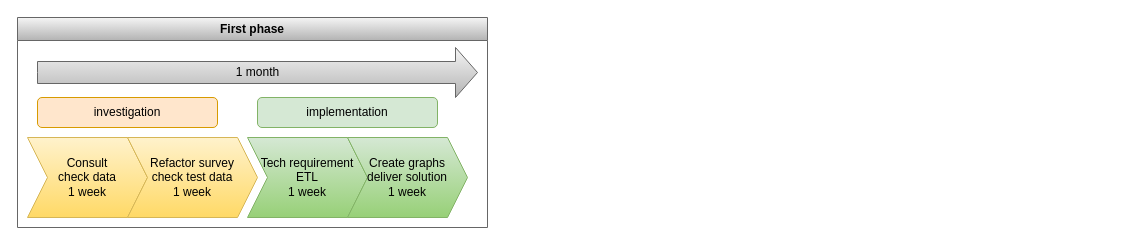
The draw.io diagram page "1st full" (1 of 4) of BI_projects/GHR1on1/timeline.drawio in tiffley/openCV, before the edit. Source tidied: cells renumbered, new cells numbered last; positions are measured from the earlier drawing's top-left corner, leaving out a move shared by most shapes. Both pictures are drawn from the tidied source at 100%, with x=0, y=0 at pixel (17, 17).
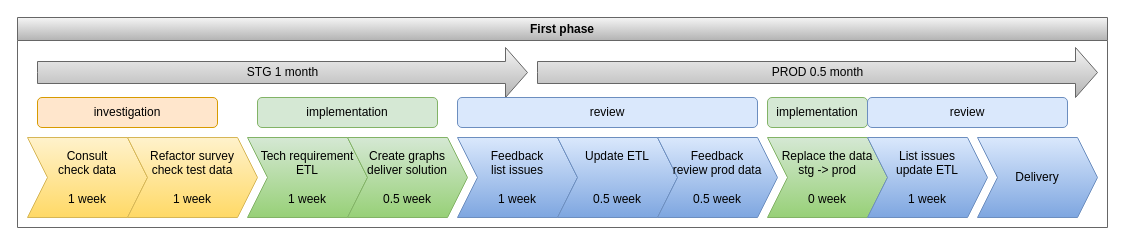
After the change.

Change to the diagram source:
```diff
@@
 <mxGraphModel>
   <root>
     <mxCell id="0" />
     <mxCell id="1" parent="0" />
     <mxCell id="2" value="First phase" style="swimlane;whiteSpace=wrap;html=1;fillColor=#f5f5f5;gradientColor=#b3b3b3;strokeColor=#666666;" parent="1" vertex="1">
-      <mxGeometry width="470" height="210" as="geometry" />
+      <mxGeometry width="1090" height="210" as="geometry" />
     </mxCell>
-    <mxCell id="3" value="Consult&lt;br&gt;check data&lt;br&gt;1 week" style="shape=step;perimeter=stepPerimeter;whiteSpace=wrap;html=1;fixedSize=1;fillColor=#fff2cc;strokeColor=#d6b656;gradientColor=#ffd966;" parent="2" vertex="1">
+    <mxCell id="3" value="Consult&lt;br&gt;check data&lt;br&gt;&lt;br&gt;1 week" style="shape=step;perimeter=stepPerimeter;whiteSpace=wrap;html=1;fixedSize=1;fillColor=#fff2cc;strokeColor=#d6b656;gradientColor=#ffd966;" parent="2" vertex="1">
       <mxGeometry x="10" y="120" width="120" height="80" as="geometry" />
     </mxCell>
-    <mxCell id="4" value="Refactor survey&lt;br&gt;check test data&lt;br&gt;1 week" style="shape=step;perimeter=stepPerimeter;whiteSpace=wrap;html=1;fixedSize=1;fillColor=#fff2cc;strokeColor=#d6b656;gradientColor=#ffd966;" parent="2" vertex="1">
+    <mxCell id="4" value="Refactor survey&lt;br&gt;check test data&lt;br&gt;&lt;br&gt;1 week" style="shape=step;perimeter=stepPerimeter;whiteSpace=wrap;html=1;fixedSize=1;fillColor=#fff2cc;strokeColor=#d6b656;gradientColor=#ffd966;" parent="2" vertex="1">
       <mxGeometry x="110" y="120" width="130" height="80" as="geometry" />
     </mxCell>
-    <mxCell id="5" value="Tech requirement&lt;br&gt;ETL&lt;br&gt;1 week" style="shape=step;perimeter=stepPerimeter;whiteSpace=wrap;html=1;fixedSize=1;fillColor=#d5e8d4;strokeColor=#82b366;gradientColor=#97d077;" parent="2" vertex="1">
+    <mxCell id="5" value="Tech requirement&lt;br&gt;ETL&lt;br&gt;&lt;br&gt;1 week" style="shape=step;perimeter=stepPerimeter;whiteSpace=wrap;html=1;fixedSize=1;fillColor=#d5e8d4;strokeColor=#82b366;gradientColor=#97d077;" parent="2" vertex="1">
       <mxGeometry x="230" y="120" width="120" height="80" as="geometry" />
     </mxCell>
-    <mxCell id="6" value="Create graphs&lt;br&gt;deliver solution&lt;br&gt;1 week" style="shape=step;perimeter=stepPerimeter;whiteSpace=wrap;html=1;fixedSize=1;fillColor=#d5e8d4;strokeColor=#82b366;gradientColor=#97d077;" parent="2" vertex="1">
+    <mxCell id="6" value="Create graphs&lt;br&gt;deliver solution&lt;br&gt;&lt;br&gt;0.5 week" style="shape=step;perimeter=stepPerimeter;whiteSpace=wrap;html=1;fixedSize=1;fillColor=#d5e8d4;strokeColor=#82b366;gradientColor=#97d077;" parent="2" vertex="1">
       <mxGeometry x="330" y="120" width="120" height="80" as="geometry" />
     </mxCell>
-    <mxCell id="7" value="1 month" style="html=1;shadow=0;dashed=0;align=center;verticalAlign=middle;shape=mxgraph.arrows2.arrow;dy=0.56;dx=22;notch=0;fillColor=#f5f5f5;gradientColor=#b3b3b3;strokeColor=#666666;" parent="2" vertex="1">
-      <mxGeometry x="20" y="30" width="440" height="50" as="geometry" />
+    <mxCell id="7" value="STG 1 month" style="html=1;shadow=0;dashed=0;align=center;verticalAlign=middle;shape=mxgraph.arrows2.arrow;dy=0.56;dx=22;notch=0;fillColor=#f5f5f5;gradientColor=#b3b3b3;strokeColor=#666666;" parent="2" vertex="1">
+      <mxGeometry x="20" y="30" width="490" height="50" as="geometry" />
     </mxCell>
     <mxCell id="8" value="investigation" style="rounded=1;whiteSpace=wrap;html=1;fillColor=#ffe6cc;strokeColor=#d79b00;" parent="2" vertex="1">
       <mxGeometry x="20" y="80" width="180" height="30" as="geometry" />
     </mxCell>
     <mxCell id="9" value="implementation" style="rounded=1;whiteSpace=wrap;html=1;fillColor=#d5e8d4;strokeColor=#82b366;" parent="2" vertex="1">
       <mxGeometry x="240" y="80" width="180" height="30" as="geometry" />
     </mxCell>
+    <mxCell id="10" value="Feedback&lt;br&gt;list issues&lt;br&gt;&lt;br&gt;1 week" style="shape=step;perimeter=stepPerimeter;whiteSpace=wrap;html=1;fixedSize=1;fillColor=#dae8fc;strokeColor=#6c8ebf;gradientColor=#7ea6e0;" parent="2" vertex="1">
+      <mxGeometry x="440" y="120" width="120" height="80" as="geometry" />
+    </mxCell>
+    <mxCell id="11" value="review" style="rounded=1;whiteSpace=wrap;html=1;fillColor=#dae8fc;strokeColor=#6c8ebf;" parent="2" vertex="1">
+      <mxGeometry x="440" y="80" width="300" height="30" as="geometry" />
+    </mxCell>
+    <mxCell id="12" value="Update ETL&lt;br&gt;&lt;br&gt;&lt;br&gt;0.5 week" style="shape=step;perimeter=stepPerimeter;whiteSpace=wrap;html=1;fixedSize=1;fillColor=#dae8fc;strokeColor=#6c8ebf;gradientColor=#7ea6e0;" parent="2" vertex="1">
+      <mxGeometry x="540" y="120" width="120" height="80" as="geometry" />
+    </mxCell>
+    <mxCell id="13" value="Feedback&lt;br&gt;review prod data&lt;br&gt;&lt;br&gt;0.5 week" style="shape=step;perimeter=stepPerimeter;whiteSpace=wrap;html=1;fixedSize=1;fillColor=#dae8fc;strokeColor=#6c8ebf;gradientColor=#7ea6e0;" parent="2" vertex="1">
+      <mxGeometry x="640" y="120" width="120" height="80" as="geometry" />
+    </mxCell>
+    <mxCell id="14" value="implementation" style="rounded=1;whiteSpace=wrap;html=1;fillColor=#d5e8d4;strokeColor=#82b366;" parent="2" vertex="1">
+      <mxGeometry x="750" y="80" width="100" height="30" as="geometry" />
+    </mxCell>
+    <mxCell id="15" value="Replace the data&lt;br&gt;stg -&amp;gt; prod&lt;br&gt;&lt;br&gt;0 week" style="shape=step;perimeter=stepPerimeter;whiteSpace=wrap;html=1;fixedSize=1;fillColor=#d5e8d4;strokeColor=#82b366;gradientColor=#97d077;" parent="2" vertex="1">
+      <mxGeometry x="750" y="120" width="120" height="80" as="geometry" />
+    </mxCell>
+    <mxCell id="16" value="PROD 0.5 month" style="html=1;shadow=0;dashed=0;align=center;verticalAlign=middle;shape=mxgraph.arrows2.arrow;dy=0.56;dx=22;notch=0;fillColor=#f5f5f5;gradientColor=#b3b3b3;strokeColor=#666666;" parent="2" vertex="1">
+      <mxGeometry x="520" y="30" width="560" height="50" as="geometry" />
+    </mxCell>
+    <mxCell id="17" value="List issues&lt;br&gt;update ETL&lt;br&gt;&lt;br&gt;1 week" style="shape=step;perimeter=stepPerimeter;whiteSpace=wrap;html=1;fixedSize=1;fillColor=#dae8fc;strokeColor=#6c8ebf;gradientColor=#7ea6e0;" parent="2" vertex="1">
+      <mxGeometry x="850" y="120" width="120" height="80" as="geometry" />
+    </mxCell>
+    <mxCell id="18" value="review" style="rounded=1;whiteSpace=wrap;html=1;fillColor=#dae8fc;strokeColor=#6c8ebf;" parent="2" vertex="1">
+      <mxGeometry x="850" y="80" width="200" height="30" as="geometry" />
+    </mxCell>
+    <mxCell id="19" value="Delivery" style="shape=step;perimeter=stepPerimeter;whiteSpace=wrap;html=1;fixedSize=1;fillColor=#dae8fc;strokeColor=#6c8ebf;gradientColor=#7ea6e0;" parent="2" vertex="1">
+      <mxGeometry x="960" y="120" width="120" height="80" as="geometry" />
+    </mxCell>
   </root>
 </mxGraphModel>
```
